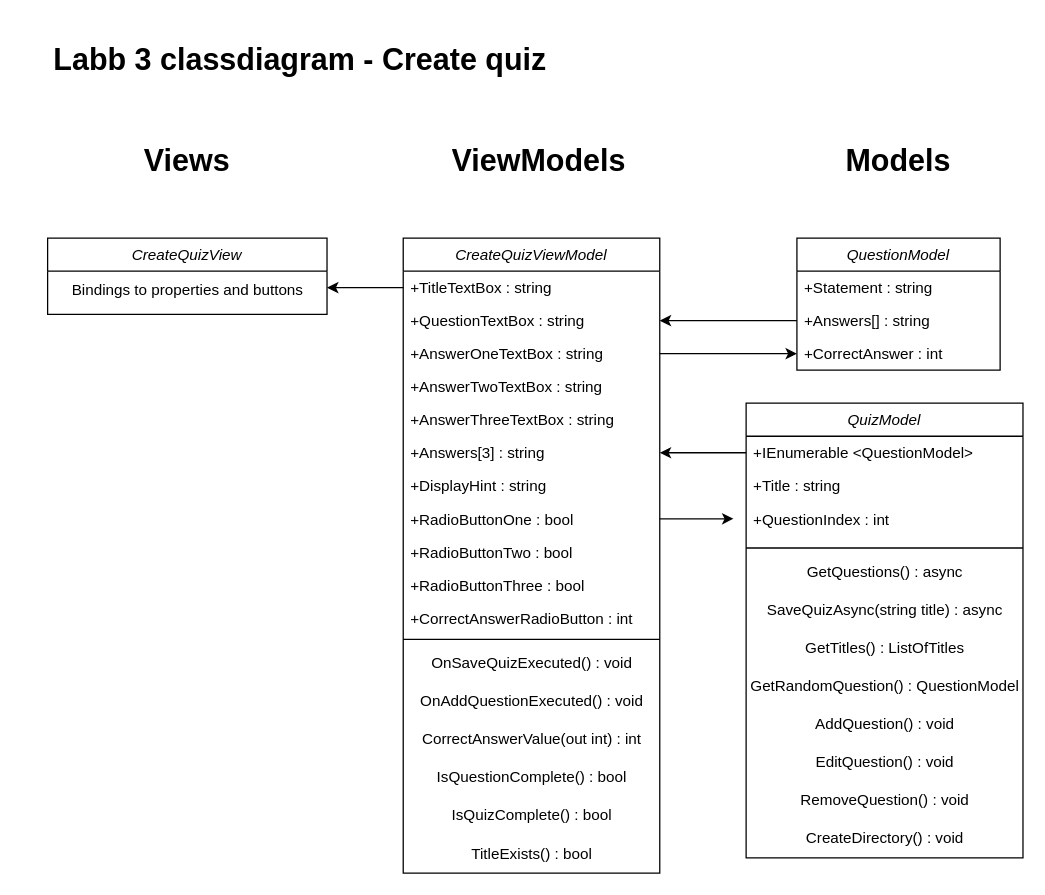
The draw.io diagram Labb3-Ressurrection/Resources/Namnlöst diagram.drawio in MagSandberg/Labb3-Ressurrection, before the edit. Source tidied: cells renumbered, new cells numbered last; positions are measured from the earlier drawing's top-left corner, leaving out a move shared by most shapes. Both pictures are drawn from the tidied source at 127%, with x=0, y=0 at pixel (47, 34).
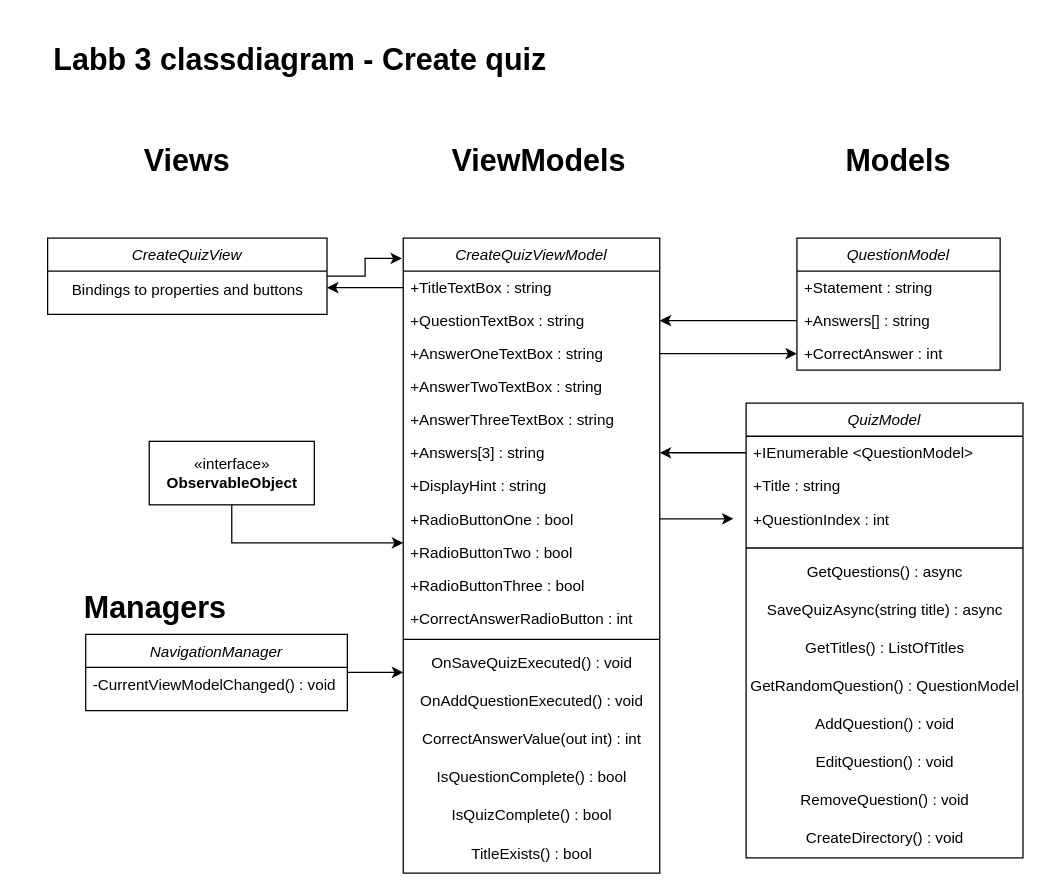
Above is the later version.

The change refers to these unchanged cells:
```xml
<mxCell id="23" value="CreateQuizViewModel" style="swimlane;fontStyle=2;align=center;verticalAlign=top;horizontal=1;startSize=26;rounded=0;shadow=0;strokeWidth=1;" parent="1" vertex="1">
  <mxGeometry x="280" y="160" width="202" height="500" as="geometry" />
</mxCell>
<mxCell id="32" value="+RadioButtonTwo : bool" style="text;align=left;verticalAlign=top;spacingLeft=4;spacingRight=4;overflow=hidden;points=[[0,0.5],[1,0.5]];portConstraint=eastwest;rounded=0;shadow=0;html=0;" parent="23" vertex="1">
  <mxGeometry y="234" width="202" height="26" as="geometry" />
</mxCell>
<mxCell id="36" value="OnSaveQuizExecuted() : void" style="text;html=1;align=center;verticalAlign=middle;points=[];strokeColor=none;fillColor=none;" parent="23" vertex="1">
  <mxGeometry y="320" width="202" height="30" as="geometry" />
</mxCell>
<mxCell id="43" value="CreateQuizView" style="swimlane;fontStyle=2;align=center;verticalAlign=top;horizontal=1;startSize=26;rounded=0;shadow=0;strokeWidth=1;" parent="1" vertex="1">
  <mxGeometry y="160" width="220" height="60" as="geometry" />
</mxCell>
```

What changed in the source:
```diff
@@
+    <mxCell id="49" style="edgeStyle=orthogonalEdgeStyle;rounded=0;jettySize=auto;html=1;entryX=-0.005;entryY=0.032;entryDx=0;entryDy=0;entryPerimeter=0;" parent="1" edge="1" source="43" target="23">
+      <mxGeometry relative="1" as="geometry" />
+    </mxCell>
@@
+    <mxCell id="50" style="edgeStyle=orthogonalEdgeStyle;rounded=0;jettySize=auto;html=1;entryX=0;entryY=0.231;entryDx=0;entryDy=0;entryPerimeter=0;" parent="1" edge="1" source="51" target="32">
+      <mxGeometry relative="1" as="geometry" />
+    </mxCell>
+    <mxCell id="51" value="«interface»&lt;br&gt;&lt;b&gt;ObservableObject&lt;/b&gt;" style="html=1;" parent="1" vertex="1">
+      <mxGeometry x="80" y="320" width="130" height="50" as="geometry" />
+    </mxCell>
+    <mxCell id="52" value="&lt;h1&gt;Managers&lt;/h1&gt;" style="text;html=1;strokeColor=none;fillColor=none;spacing=5;spacingTop=-20;whiteSpace=wrap;overflow=hidden;rounded=0;align=center;" parent="1" vertex="1">
+      <mxGeometry x="-20" y="432" width="210" height="40" as="geometry" />
+    </mxCell>
+    <mxCell id="53" style="edgeStyle=orthogonalEdgeStyle;rounded=0;jettySize=auto;html=1;entryX=0;entryY=0.733;entryDx=0;entryDy=0;entryPerimeter=0;" parent="1" edge="1" source="54" target="36">
+      <mxGeometry relative="1" as="geometry" />
+    </mxCell>
+    <mxCell id="54" value="NavigationManager" style="swimlane;fontStyle=2;align=center;verticalAlign=top;horizontal=1;startSize=26;rounded=0;shadow=0;strokeWidth=1;" parent="1" vertex="1">
+      <mxGeometry x="30" y="472" width="206" height="60" as="geometry" />
+    </mxCell>
+    <mxCell id="55" value="-CurrentViewModelChanged() : void" style="text;align=left;verticalAlign=top;spacingLeft=4;spacingRight=4;overflow=hidden;" parent="54" vertex="1">
+      <mxGeometry y="26" width="206" height="26" as="geometry" />
+    </mxCell>
```
